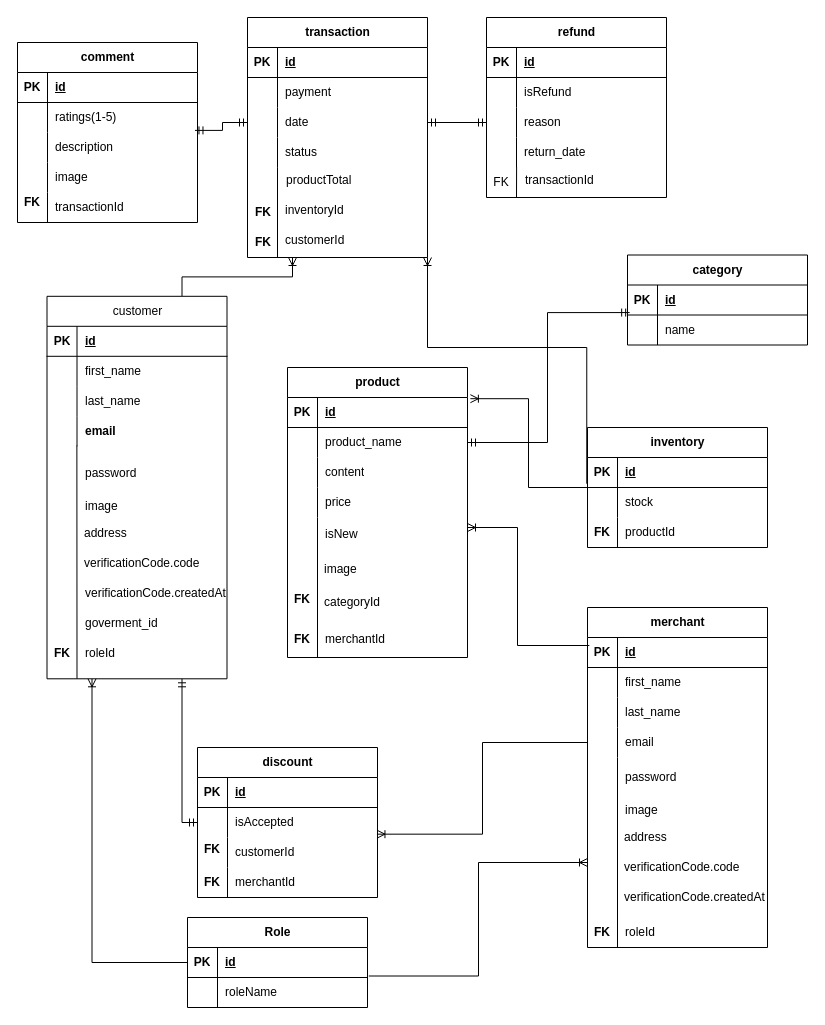
XPAY-Worldwide-Corporation/cadet-capstone-ecom keeps this draw.io diagram as erd.drawio. Above is the earlier version. Source tidied: cells renumbered, new cells numbered last; positions are measured from the earlier drawing's top-left corner, leaving out a move shared by most shapes. Both pictures are drawn from the tidied source at 100%, with x=0, y=0 at pixel (17, 17).
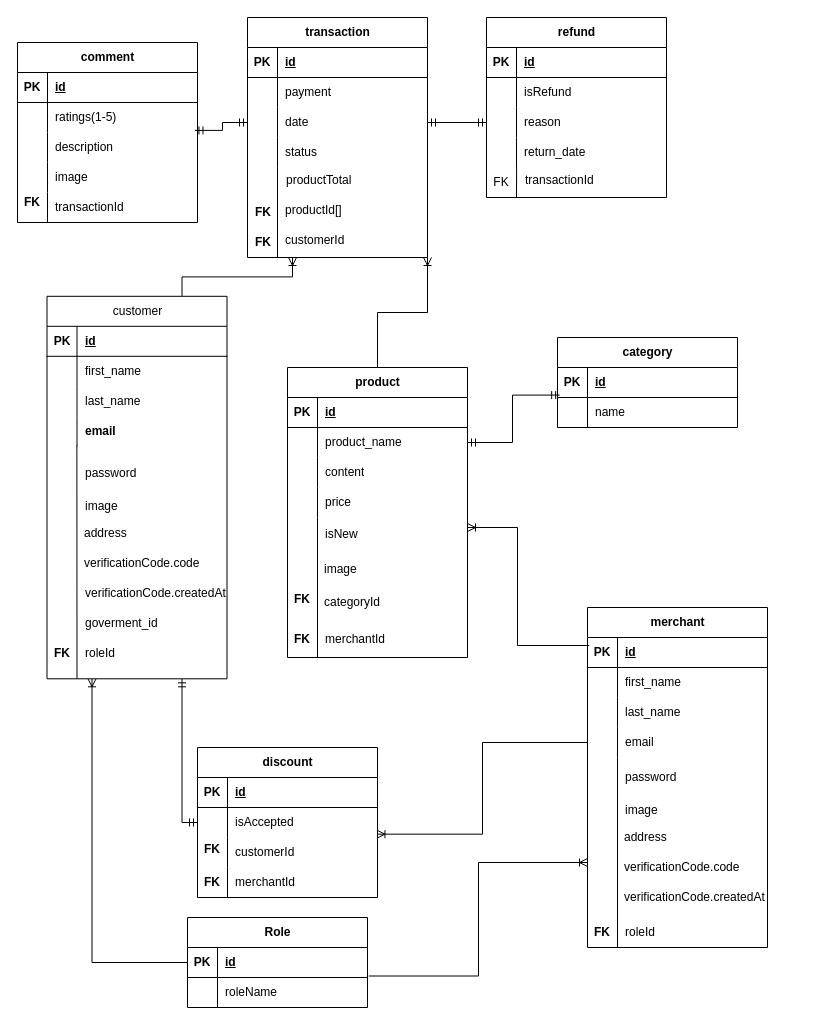
After the change.

Unchanged cells that the change refers to:
```xml
<mxCell id="3" value="product" style="shape=table;startSize=30;childLayout=tableLayout;rowLines=0;fontStyle=1;align=center;html=1;" parent="1" vertex="1">
  <mxGeometry x="270" y="350" width="180" height="290" as="geometry" />
</mxCell>
<mxCell id="4" style="shape=tableRow;horizontal=0;startSize=0;swimlaneHead=0;swimlaneBody=0;fillColor=none;points=[[0,0.5],[1,0.5]];portConstraint=eastwest;top=0;left=0;right=0;bottom=1;" parent="3" vertex="1">
  <mxGeometry y="30" width="180" height="30" as="geometry" />
</mxCell>
<mxCell id="26" value="transaction" style="shape=table;startSize=30;childLayout=tableLayout;rowLines=0;fontStyle=1;align=center;html=1;" parent="1" vertex="1">
  <mxGeometry x="230" width="180" height="240" as="geometry" />
</mxCell>
```

The edit, as a diff of the source:
```diff
@@
     <mxCell id="19" value="category" style="shape=table;startSize=30;childLayout=tableLayout;rowLines=0;fontStyle=1;align=center;html=1;" parent="1" vertex="1">
-      <mxGeometry x="610" y="237.5" width="180" height="90" as="geometry" />
+      <mxGeometry x="540" y="320" width="180" height="90" as="geometry" />
     </mxCell>
@@
-    <mxCell id="39" value="inventoryId" style="shape=partialRectangle;fillColor=none;top=0;left=0;bottom=0;right=0;align=left;spacingLeft=6;overflow=hidden;whiteSpace=wrap;html=1;" parent="1" vertex="1">
+    <mxCell id="39" value="productId[]" style="shape=partialRectangle;fillColor=none;top=0;left=0;bottom=0;right=0;align=left;spacingLeft=6;overflow=hidden;whiteSpace=wrap;html=1;" parent="1" vertex="1">
       <mxGeometry x="260" y="178" width="150" height="30" as="geometry" />
     </mxCell>
@@
-    <mxCell id="80" value="inventory" style="shape=table;startSize=30;childLayout=tableLayout;rowLines=0;fontStyle=1;align=center;html=1;" parent="1" vertex="1">
-      <mxGeometry x="570" y="410" width="180" height="120" as="geometry" />
-    </mxCell>
-    <mxCell id="81" style="shape=tableRow;horizontal=0;startSize=0;swimlaneHead=0;swimlaneBody=0;fillColor=none;points=[[0,0.5],[1,0.5]];portConstraint=eastwest;top=0;left=0;right=0;bottom=1;" parent="80" vertex="1">
-      <mxGeometry y="30" width="180" height="30" as="geometry" />
-    </mxCell>
-    <mxCell id="82" value="PK" style="shape=partialRectangle;fillColor=none;top=0;left=0;bottom=0;right=0;fontStyle=1;overflow=hidden;whiteSpace=wrap;html=1;" parent="81" vertex="1">
-      <mxGeometry width="30" height="30" as="geometry" />
-    </mxCell>
-    <mxCell id="83" value="id" style="shape=partialRectangle;fillColor=none;top=0;left=0;bottom=0;right=0;align=left;spacingLeft=6;fontStyle=5;overflow=hidden;whiteSpace=wrap;html=1;" parent="81" vertex="1">
-      <mxGeometry x="30" width="150" height="30" as="geometry" />
-    </mxCell>
-    <mxCell id="84" style="shape=tableRow;horizontal=0;startSize=0;swimlaneHead=0;swimlaneBody=0;fillColor=none;top=0;left=0;right=0;bottom=0;" parent="80" vertex="1">
-      <mxGeometry y="60" width="180" height="30" as="geometry" />
-    </mxCell>
-    <mxCell id="85" style="shape=partialRectangle;fillColor=none;top=0;left=0;bottom=0;right=0;overflow=hidden;whiteSpace=wrap;html=1;" parent="84" vertex="1">
-      <mxGeometry width="30" height="30" as="geometry" />
-    </mxCell>
-    <mxCell id="86" value="stock" style="shape=partialRectangle;fillColor=none;top=0;left=0;bottom=0;right=0;align=left;spacingLeft=6;overflow=hidden;whiteSpace=wrap;html=1;" parent="84" vertex="1">
-      <mxGeometry x="30" width="150" height="30" as="geometry" />
-    </mxCell>
-    <mxCell id="87" style="shape=tableRow;horizontal=0;startSize=0;swimlaneHead=0;swimlaneBody=0;fillColor=none;top=0;left=0;right=0;bottom=0;" parent="80" vertex="1">
-      <mxGeometry y="90" width="180" height="30" as="geometry" />
-    </mxCell>
-    <mxCell id="88" style="shape=partialRectangle;fillColor=none;top=0;left=0;bottom=0;right=0;overflow=hidden;whiteSpace=wrap;html=1;" parent="87" vertex="1">
-      <mxGeometry width="30" height="30" as="geometry" />
-    </mxCell>
-    <mxCell id="89" value="productId" style="shape=partialRectangle;fillColor=none;top=0;left=0;bottom=0;right=0;align=left;spacingLeft=6;overflow=hidden;whiteSpace=wrap;html=1;" parent="87" vertex="1">
-      <mxGeometry x="30" width="150" height="30" as="geometry" />
-    </mxCell>
-    <mxCell id="90" value="FK" style="shape=partialRectangle;fillColor=none;top=0;left=0;bottom=0;right=0;fontStyle=1;overflow=hidden;whiteSpace=wrap;html=1;" parent="1" vertex="1">
-      <mxGeometry x="570" y="500" width="30" height="30" as="geometry" />
-    </mxCell>
@@
-    <mxCell id="95" style="edgeStyle=elbowEdgeStyle;fontSize=12;html=1;endArrow=ERoneToMany;rounded=0;exitX=-0.004;exitY=0.874;exitDx=0;exitDy=0;exitPerimeter=0;elbow=vertical;entryX=1;entryY=1;entryDx=0;entryDy=0;" parent="1" edge="1" source="81" target="26">
-      <mxGeometry relative="1" as="geometry">
-        <Array as="points">
-          <mxPoint x="500" y="330" />
-        </Array>
-      </mxGeometry>
+    <mxCell id="95" style="edgeStyle=orthogonalEdgeStyle;fontSize=12;html=1;endArrow=ERoneToMany;rounded=0;exitX=0.5;exitY=0;exitDx=0;exitDy=0;elbow=vertical;entryX=1;entryY=1;entryDx=0;entryDy=0;" parent="1" edge="1" source="3" target="26">
+      <mxGeometry relative="1" as="geometry" />
     </mxCell>
@@
-    <mxCell id="172" style="edgeStyle=elbowEdgeStyle;fontSize=12;html=1;endArrow=ERoneToMany;rounded=0;elbow=vertical;entryX=1.016;entryY=0.04;entryDx=0;entryDy=0;entryPerimeter=0;" parent="1" edge="1" source="80" target="4">
-      <mxGeometry relative="1" as="geometry" />
-    </mxCell>
```
